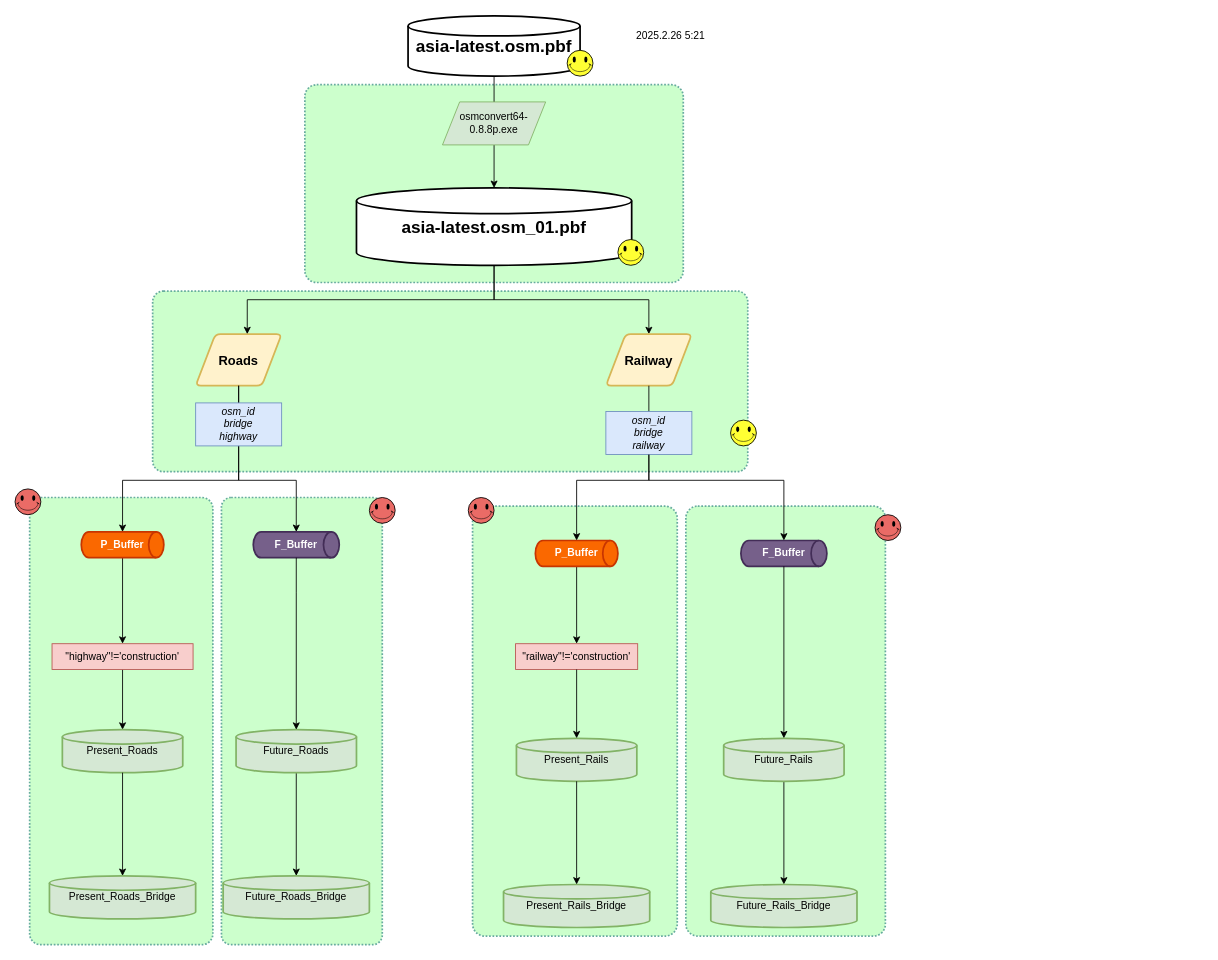
The draw.io diagram 道路铁路提取数据.drawio in OpenQGIS/Draw.io, before the edit. Source tidied: cells renumbered, new cells numbered last; positions are measured from the earlier drawing's top-left corner, leaving out a move shared by most shapes. Both pictures are drawn from the tidied source at 86%, with x=0, y=0 at pixel (15, 15).
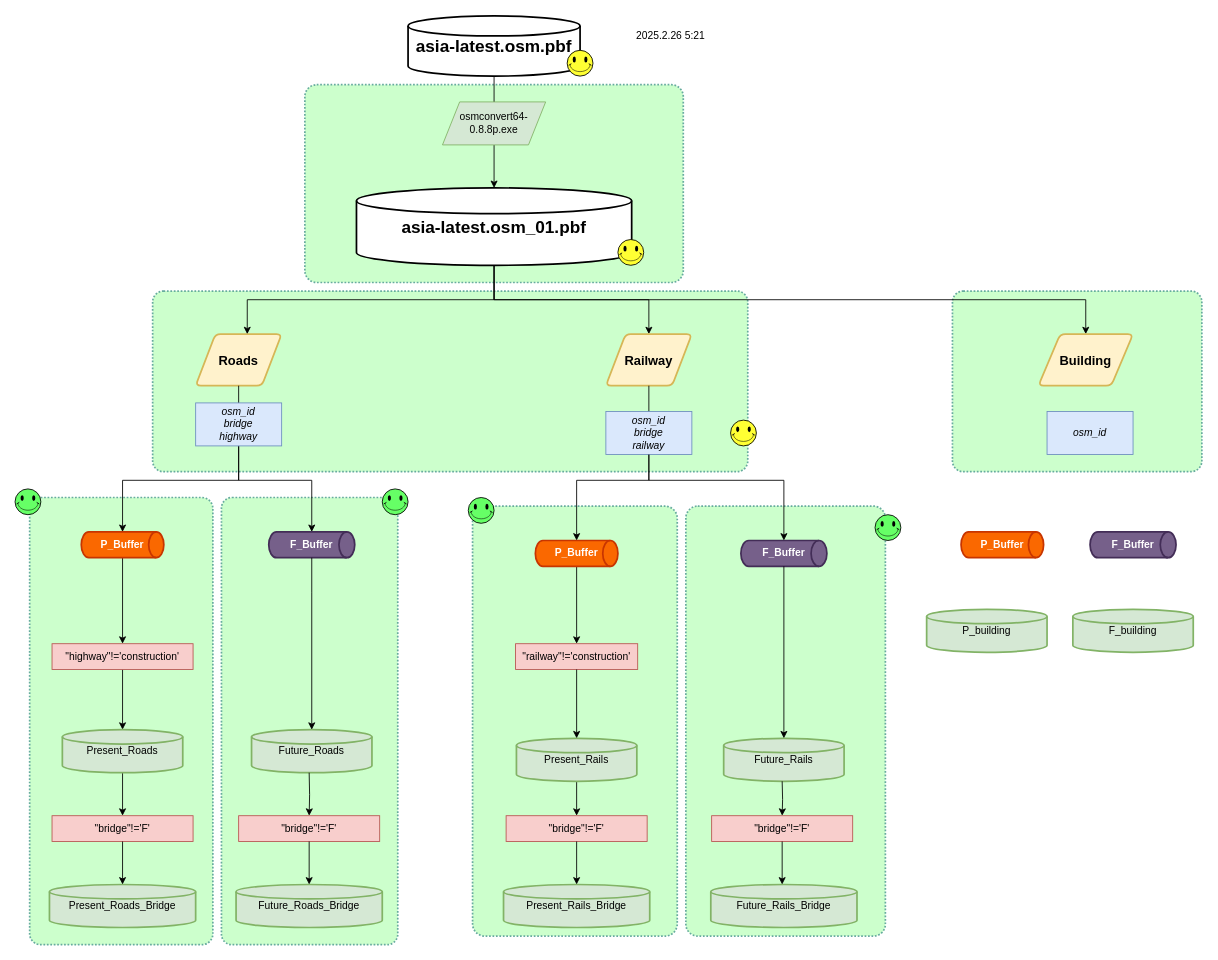
The same diagram, later.

Commit message (it also covers changes not shown here):
更新道路铁路提取数据.drawio

Unchanged cells that the change refers to:
```xml
<mxCell id="10" value="&lt;span style=&quot;font-size: 20px; font-weight: 700;&quot;&gt;asia-latest.osm_01.pbf&lt;/span&gt;" style="strokeWidth=2;html=1;shape=mxgraph.flowchart.database;whiteSpace=wrap;" parent="1" vertex="1">
  <mxGeometry x="397" y="200" width="320" height="90" as="geometry" />
</mxCell>
<mxCell id="13" value="Roads" style="shape=parallelogram;html=1;strokeWidth=2;perimeter=parallelogramPerimeter;whiteSpace=wrap;rounded=1;arcSize=12;size=0.23;fontSize=15;fontStyle=1;fillColor=#fff2cc;strokeColor=#d6b656;" parent="1" vertex="1">
  <mxGeometry x="210" y="370" width="100" height="60" as="geometry" />
</mxCell>
<mxCell id="18" value="Present_Roads" style="strokeWidth=2;html=1;shape=mxgraph.flowchart.database;whiteSpace=wrap;fillColor=#d5e8d4;strokeColor=#82b366;" parent="1" vertex="1">
  <mxGeometry x="55" y="830" width="140" height="50" as="geometry" />
</mxCell>
<mxCell id="19" value="Present_Rails" style="strokeWidth=2;html=1;shape=mxgraph.flowchart.database;whiteSpace=wrap;fillColor=#d5e8d4;strokeColor=#82b366;" parent="1" vertex="1">
  <mxGeometry x="583" y="840" width="140" height="50" as="geometry" />
</mxCell>
<mxCell id="23" value="Future_Rails" style="strokeWidth=2;html=1;shape=mxgraph.flowchart.database;whiteSpace=wrap;fillColor=#d5e8d4;strokeColor=#82b366;" parent="1" vertex="1">
  <mxGeometry x="824" y="840" width="140" height="50" as="geometry" />
</mxCell>
<mxCell id="31" value="osm_id&lt;div&gt;bridge&lt;/div&gt;&lt;div&gt;highway&lt;/div&gt;" style="rounded=0;whiteSpace=wrap;html=1;fontStyle=2;spacing=2;fillColor=#dae8fc;strokeColor=#6c8ebf;" parent="1" vertex="1">
  <mxGeometry x="210" y="450" width="100" height="50" as="geometry" />
</mxCell>
<mxCell id="47" value="Future_Rails_Bridge" style="strokeWidth=2;html=1;shape=mxgraph.flowchart.database;whiteSpace=wrap;fillColor=#d5e8d4;strokeColor=#82b366;" parent="1" vertex="1">
  <mxGeometry x="809" y="1010" width="170" height="50" as="geometry" />
</mxCell>
<mxCell id="48" value="Present_Rails_Bridge" style="strokeWidth=2;html=1;shape=mxgraph.flowchart.database;whiteSpace=wrap;fillColor=#d5e8d4;strokeColor=#82b366;" parent="1" vertex="1">
  <mxGeometry x="568" y="1010" width="170" height="50" as="geometry" />
</mxCell>
```

Diff of the diagram source:
```diff
@@
+    <mxCell id="54" style="rounded=1;whiteSpace=wrap;html=1;fillColor=#CCFFCC;strokeColor=#67AB9F;strokeWidth=2;shadow=0;arcSize=6;dashed=1;dashPattern=1 1;" parent="1" vertex="1">
+      <mxGeometry x="1090" y="320" width="290" height="210" as="geometry" />
+    </mxCell>
@@
     <mxCell id="3" style="rounded=1;whiteSpace=wrap;html=1;fillColor=#CCFFCC;strokeColor=#67AB9F;strokeWidth=2;shadow=0;arcSize=6;dashed=1;dashPattern=1 1;" parent="1" vertex="1">
-      <mxGeometry x="240" y="560" width="187" height="520" as="geometry" />
+      <mxGeometry x="240" y="560" width="205" height="520" as="geometry" />
     </mxCell>
@@
+    <mxCell id="55" style="edgeStyle=orthogonalEdgeStyle;rounded=0;jettySize=auto;html=1;entryX=0.5;entryY=0;entryDx=0;entryDy=0;" parent="1" edge="1" source="10" target="69">
+      <mxGeometry relative="1" as="geometry">
+        <Array as="points">
+          <mxPoint x="557" y="330" />
+          <mxPoint x="1245" y="330" />
+        </Array>
+      </mxGeometry>
+    </mxCell>
@@
+    <mxCell id="56" style="edgeStyle=orthogonalEdgeStyle;rounded=0;jettySize=auto;html=1;entryX=0.5;entryY=0;entryDx=0;entryDy=0;" parent="1" edge="1" source="18" target="59">
+      <mxGeometry relative="1" as="geometry" />
+    </mxCell>
@@
+    <mxCell id="57" style="edgeStyle=orthogonalEdgeStyle;rounded=0;jettySize=auto;html=1;" parent="1" edge="1" source="19" target="61">
+      <mxGeometry relative="1" as="geometry" />
+    </mxCell>
@@
-    <mxCell id="20" style="edgeStyle=orthogonalEdgeStyle;rounded=0;jettySize=auto;html=1;" parent="1" edge="1" source="21" target="46">
-      <mxGeometry relative="1" as="geometry" />
-    </mxCell>
     <mxCell id="21" value="Future_Roads" style="strokeWidth=2;html=1;shape=mxgraph.flowchart.database;whiteSpace=wrap;fillColor=#d5e8d4;strokeColor=#82b366;" parent="1" vertex="1">
-      <mxGeometry x="257" y="830" width="140" height="50" as="geometry" />
+      <mxGeometry x="275" y="830" width="140" height="50" as="geometry" />
     </mxCell>
-    <mxCell id="22" style="edgeStyle=orthogonalEdgeStyle;rounded=0;jettySize=auto;html=1;" parent="1" edge="1" source="23" target="47">
-      <mxGeometry relative="1" as="geometry" />
-    </mxCell>
@@
     <mxCell id="26" value="F_Buffer" style="strokeWidth=2;html=1;shape=mxgraph.flowchart.direct_data;whiteSpace=wrap;fillColor=#76608a;strokeColor=#432D57;fontColor=#ffffff;fontStyle=1;" parent="1" vertex="1">
-      <mxGeometry x="277" y="600" width="100" height="30" as="geometry" />
+      <mxGeometry x="295" y="600" width="100" height="30" as="geometry" />
     </mxCell>
@@
-    <mxCell id="30" style="edgeStyle=orthogonalEdgeStyle;rounded=0;jettySize=auto;html=1;entryX=0.5;entryY=0;entryDx=0;entryDy=0;entryPerimeter=0;" parent="1" edge="1" source="13" target="26">
-      <mxGeometry relative="1" as="geometry">
-        <Array as="points">
-          <mxPoint x="260" y="540" />
-          <mxPoint x="327" y="540" />
-        </Array>
-      </mxGeometry>
-    </mxCell>
+    <mxCell id="58" style="edgeStyle=orthogonalEdgeStyle;rounded=0;jettySize=auto;html=1;" parent="1" edge="1" source="31" target="26">
+      <mxGeometry relative="1" as="geometry">
+        <Array as="points">
+          <mxPoint x="260" y="540" />
+          <mxPoint x="345" y="540" />
+        </Array>
+      </mxGeometry>
+    </mxCell>
@@
     <mxCell id="32" style="edgeStyle=orthogonalEdgeStyle;rounded=0;jettySize=auto;html=1;entryX=0.5;entryY=0;entryDx=0;entryDy=0;entryPerimeter=0;" parent="1" edge="1" source="26" target="21">
       <mxGeometry relative="1" as="geometry">
         <Array as="points">
-          <mxPoint x="327" y="670" />
-          <mxPoint x="327" y="670" />
+          <mxPoint x="345" y="670" />
+          <mxPoint x="345" y="670" />
         </Array>
       </mxGeometry>
     </mxCell>
@@
-    <mxCell id="43" style="verticalLabelPosition=bottom;verticalAlign=top;html=1;shape=mxgraph.basic.smiley;fillColor=#EA6B66;" parent="1" vertex="1">
+    <mxCell id="43" style="verticalLabelPosition=bottom;verticalAlign=top;html=1;shape=mxgraph.basic.smiley;fillColor=#66FF66;" parent="1" vertex="1">
       <mxGeometry x="1000" y="580" width="30" height="30" as="geometry" />
     </mxCell>
-    <mxCell id="44" style="verticalLabelPosition=bottom;verticalAlign=top;html=1;shape=mxgraph.basic.smiley;fillColor=#EA6B66;" parent="1" vertex="1">
-      <mxGeometry x="412" y="560" width="30" height="30" as="geometry" />
+    <mxCell id="44" style="verticalLabelPosition=bottom;verticalAlign=top;html=1;shape=mxgraph.basic.smiley;fillColor=#66FF66;" parent="1" vertex="1">
+      <mxGeometry x="427" y="550" width="30" height="30" as="geometry" />
     </mxCell>
     <mxCell id="45" value="Present_Roads_Bridge" style="strokeWidth=2;html=1;shape=mxgraph.flowchart.database;whiteSpace=wrap;fillColor=#d5e8d4;strokeColor=#82b366;" parent="1" vertex="1">
-      <mxGeometry x="40" y="1000" width="170" height="50" as="geometry" />
+      <mxGeometry x="40" y="1010" width="170" height="50" as="geometry" />
     </mxCell>
     <mxCell id="46" value="Future_Roads_Bridge" style="strokeWidth=2;html=1;shape=mxgraph.flowchart.database;whiteSpace=wrap;fillColor=#d5e8d4;strokeColor=#82b366;" parent="1" vertex="1">
-      <mxGeometry x="242" y="1000" width="170" height="50" as="geometry" />
+      <mxGeometry x="257" y="1010" width="170" height="50" as="geometry" />
     </mxCell>
@@
-    <mxCell id="49" style="edgeStyle=orthogonalEdgeStyle;rounded=0;jettySize=auto;html=1;entryX=0.5;entryY=0;entryDx=0;entryDy=0;entryPerimeter=0;" parent="1" edge="1" source="18" target="45">
-      <mxGeometry relative="1" as="geometry" />
-    </mxCell>
-    <mxCell id="50" style="edgeStyle=orthogonalEdgeStyle;rounded=0;jettySize=auto;html=1;entryX=0.5;entryY=0;entryDx=0;entryDy=0;entryPerimeter=0;" parent="1" edge="1" source="19" target="48">
-      <mxGeometry relative="1" as="geometry" />
-    </mxCell>
@@
-    <mxCell id="52" style="verticalLabelPosition=bottom;verticalAlign=top;html=1;shape=mxgraph.basic.smiley;fillColor=#EA6B66;" parent="1" vertex="1">
+    <mxCell id="52" style="verticalLabelPosition=bottom;verticalAlign=top;html=1;shape=mxgraph.basic.smiley;fillColor=#66FF66;" parent="1" vertex="1">
       <mxGeometry x="527" y="560" width="30" height="30" as="geometry" />
     </mxCell>
-    <mxCell id="53" style="verticalLabelPosition=bottom;verticalAlign=top;html=1;shape=mxgraph.basic.smiley;fillColor=#EA6B66;" parent="1" vertex="1">
+    <mxCell id="53" style="verticalLabelPosition=bottom;verticalAlign=top;html=1;shape=mxgraph.basic.smiley;fillColor=#66FF66;" parent="1" vertex="1">
       <mxGeometry y="550" width="30" height="30" as="geometry" />
     </mxCell>
+    <mxCell id="59" value="&quot;bridge&quot;!='F'" style="rounded=0;whiteSpace=wrap;html=1;fontStyle=0;spacing=2;fillColor=#f8cecc;strokeColor=#b85450;" parent="1" vertex="1">
+      <mxGeometry x="43" y="930" width="164" height="30" as="geometry" />
+    </mxCell>
+    <mxCell id="60" style="edgeStyle=orthogonalEdgeStyle;rounded=0;jettySize=auto;html=1;entryX=0.5;entryY=0;entryDx=0;entryDy=0;entryPerimeter=0;" parent="1" edge="1" source="59" target="45">
+      <mxGeometry relative="1" as="geometry" />
+    </mxCell>
+    <mxCell id="61" value="&quot;bridge&quot;!='F'" style="rounded=0;whiteSpace=wrap;html=1;fontStyle=0;spacing=2;fillColor=#f8cecc;strokeColor=#b85450;" parent="1" vertex="1">
+      <mxGeometry x="571" y="930" width="164" height="30" as="geometry" />
+    </mxCell>
+    <mxCell id="62" style="edgeStyle=orthogonalEdgeStyle;rounded=0;jettySize=auto;html=1;entryX=0.5;entryY=0;entryDx=0;entryDy=0;entryPerimeter=0;" parent="1" edge="1" source="61" target="48">
+      <mxGeometry relative="1" as="geometry" />
+    </mxCell>
+    <mxCell id="63" style="edgeStyle=orthogonalEdgeStyle;rounded=0;jettySize=auto;html=1;entryX=0.5;entryY=0;entryDx=0;entryDy=0;" parent="1" edge="1" target="64">
+      <mxGeometry relative="1" as="geometry">
+        <mxPoint x="342" y="880" as="sourcePoint" />
+      </mxGeometry>
+    </mxCell>
+    <mxCell id="64" value="&quot;bridge&quot;!='F'" style="rounded=0;whiteSpace=wrap;html=1;fontStyle=0;spacing=2;fillColor=#f8cecc;strokeColor=#b85450;" parent="1" vertex="1">
+      <mxGeometry x="260" y="930" width="164" height="30" as="geometry" />
+    </mxCell>
+    <mxCell id="65" style="edgeStyle=orthogonalEdgeStyle;rounded=0;jettySize=auto;html=1;" parent="1" edge="1" source="64" target="46">
+      <mxGeometry relative="1" as="geometry" />
+    </mxCell>
+    <mxCell id="66" style="edgeStyle=orthogonalEdgeStyle;rounded=0;jettySize=auto;html=1;" parent="1" edge="1" target="67">
+      <mxGeometry relative="1" as="geometry">
+        <mxPoint x="892" y="890" as="sourcePoint" />
+      </mxGeometry>
+    </mxCell>
+    <mxCell id="67" value="&quot;bridge&quot;!='F'" style="rounded=0;whiteSpace=wrap;html=1;fontStyle=0;spacing=2;fillColor=#f8cecc;strokeColor=#b85450;" parent="1" vertex="1">
+      <mxGeometry x="810" y="930" width="164" height="30" as="geometry" />
+    </mxCell>
+    <mxCell id="68" style="edgeStyle=orthogonalEdgeStyle;rounded=0;jettySize=auto;html=1;entryX=0.5;entryY=0;entryDx=0;entryDy=0;entryPerimeter=0;" parent="1" edge="1" source="67">
+      <mxGeometry relative="1" as="geometry">
+        <mxPoint x="892" y="1010" as="targetPoint" />
+      </mxGeometry>
+    </mxCell>
+    <mxCell id="69" value="Building" style="shape=parallelogram;html=1;strokeWidth=2;perimeter=parallelogramPerimeter;whiteSpace=wrap;rounded=1;arcSize=12;size=0.23;fontSize=15;fontStyle=1;fillColor=#fff2cc;strokeColor=#d6b656;" parent="1" vertex="1">
+      <mxGeometry x="1190" y="370" width="110" height="60" as="geometry" />
+    </mxCell>
+    <mxCell id="70" value="osm_id" style="rounded=0;whiteSpace=wrap;html=1;fontStyle=2;spacing=2;fillColor=#dae8fc;strokeColor=#6c8ebf;" parent="1" vertex="1">
+      <mxGeometry x="1200" y="460" width="100" height="50" as="geometry" />
+    </mxCell>
+    <mxCell id="71" value="P_Buffer" style="strokeWidth=2;html=1;shape=mxgraph.flowchart.direct_data;whiteSpace=wrap;fillColor=#fa6800;strokeColor=#C73500;fontColor=#FFFFFF;fontStyle=1;" parent="1" vertex="1">
+      <mxGeometry x="1100" y="600" width="96" height="30" as="geometry" />
+    </mxCell>
+    <mxCell id="72" value="F_Buffer" style="strokeWidth=2;html=1;shape=mxgraph.flowchart.direct_data;whiteSpace=wrap;fillColor=#76608a;strokeColor=#432D57;fontColor=#ffffff;fontStyle=1;" parent="1" vertex="1">
+      <mxGeometry x="1250" y="600" width="100" height="30" as="geometry" />
+    </mxCell>
+    <mxCell id="73" value="P_building" style="strokeWidth=2;html=1;shape=mxgraph.flowchart.database;whiteSpace=wrap;fillColor=#d5e8d4;strokeColor=#82b366;" parent="1" vertex="1">
+      <mxGeometry x="1060" y="690" width="140" height="50" as="geometry" />
+    </mxCell>
+    <mxCell id="74" value="F_building" style="strokeWidth=2;html=1;shape=mxgraph.flowchart.database;whiteSpace=wrap;fillColor=#d5e8d4;strokeColor=#82b366;" parent="1" vertex="1">
+      <mxGeometry x="1230" y="690" width="140" height="50" as="geometry" />
+    </mxCell>
```
